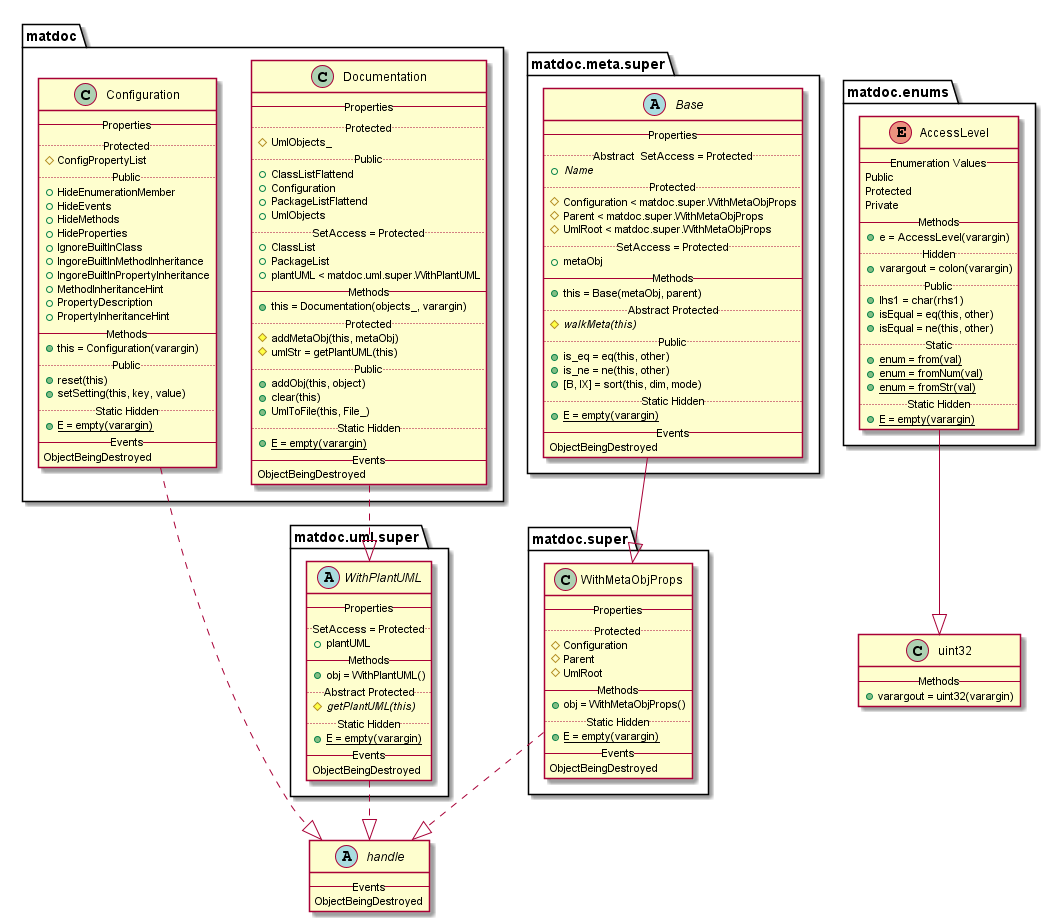
flxdot/matdoc keeps this PlantUML diagram as doc/uml-examples/uml-diagram.png. Above is the earlier version.
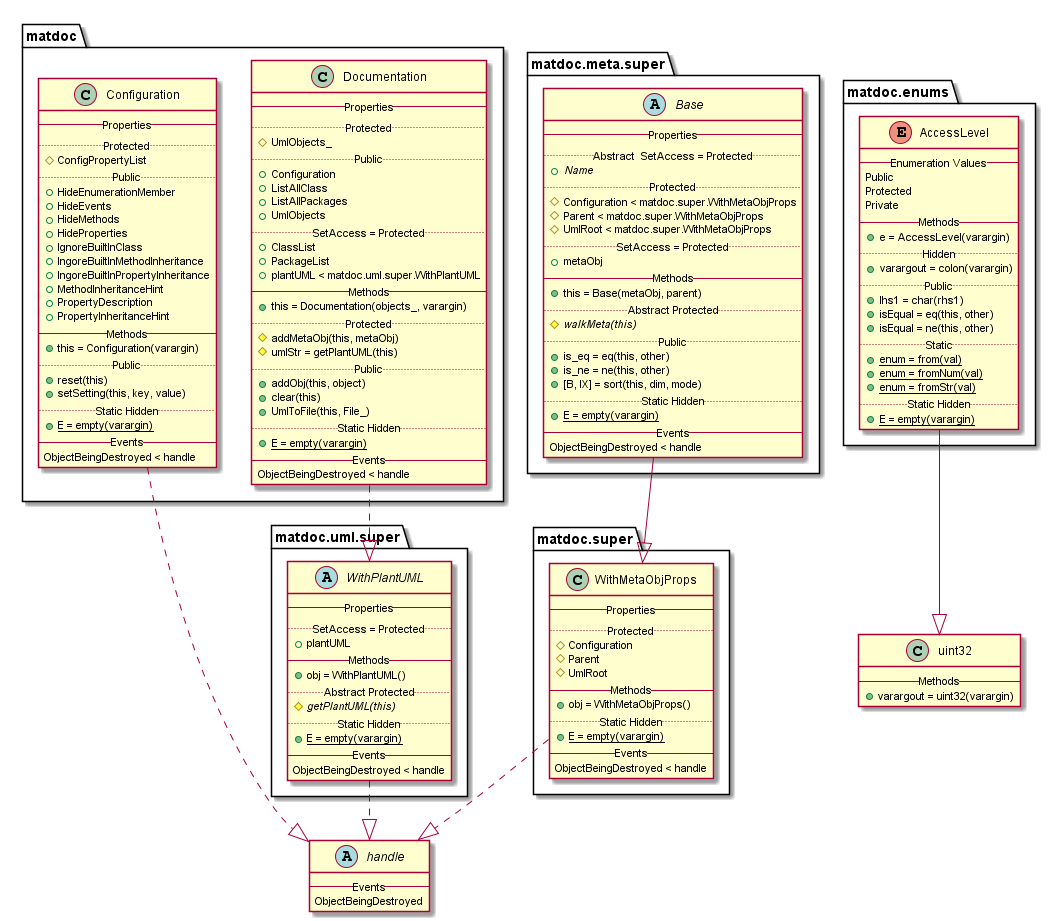
After the change.

Change to the diagram source:
```diff
@@ -29,7 +29,7 @@
    .. Static Hidden ..
    {method}{static} + E = empty(varargin)
    -- Events --
-   ObjectBeingDestroyed
+   ObjectBeingDestroyed < handle
 }
 
 matdoc.Configuration ..|> handle
@@ -39,9 +39,9 @@
    .. Protected ..
    {field} # UmlObjects_
    .. Public ..
-   {field} + ClassListFlattend
    {field} + Configuration
-   {field} + PackageListFlattend
+   {field} + ListAllClass
+   {field} + ListAllPackages
    {field} + UmlObjects
    .. SetAccess = Protected ..
    {field} + ClassList
@@ -59,7 +59,7 @@
    .. Static Hidden ..
    {method}{static} + E = empty(varargin)
    -- Events --
-   ObjectBeingDestroyed
+   ObjectBeingDestroyed < handle
 }
 
 matdoc.Documentation ..|> matdoc.uml.super.WithPlantUML
@@ -108,7 +108,7 @@
    .. Static Hidden ..
    {method}{static} + E = empty(varargin)
    -- Events --
-   ObjectBeingDestroyed
+   ObjectBeingDestroyed < handle
 }
 
 matdoc.meta.super.Base --|> matdoc.super.WithMetaObjProps
@@ -124,7 +124,7 @@
    .. Static Hidden ..
    {method}{static} + E = empty(varargin)
    -- Events --
-   ObjectBeingDestroyed
+   ObjectBeingDestroyed < handle
 }
 
 matdoc.super.WithMetaObjProps ..|> handle
@@ -140,7 +140,7 @@
    .. Static Hidden ..
    {method}{static} + E = empty(varargin)
    -- Events --
-   ObjectBeingDestroyed
+   ObjectBeingDestroyed < handle
 }
 
 matdoc.uml.super.WithPlantUML ..|> handle
```
